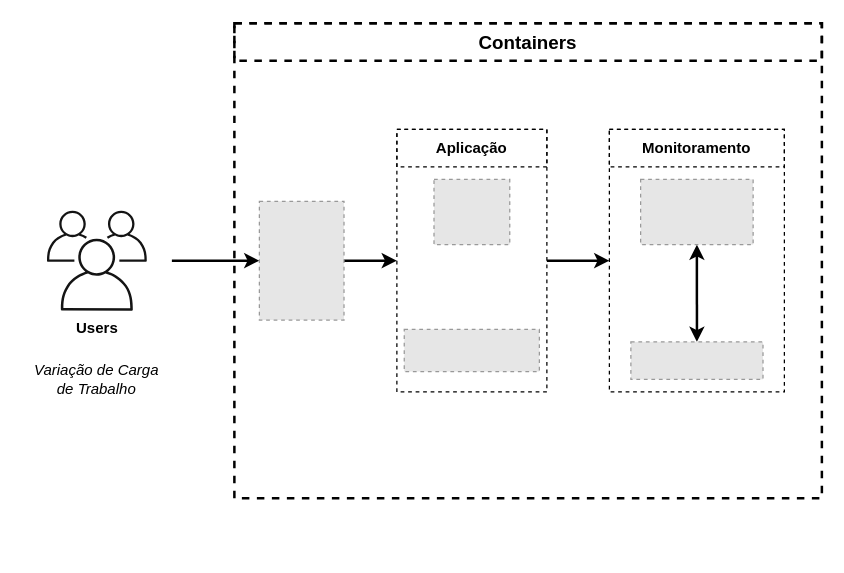
rodrigodg1/SSC5872-avaliacao-desempenho keeps this draw.io diagram as diagrama.drawio. Above is the earlier version. Source tidied: cells renumbered, new cells numbered last; positions are measured from the earlier drawing's top-left corner, leaving out a move shared by most shapes. Both pictures are drawn from the tidied source at 125%, with x=0, y=0 at pixel (28, 22). Pictures stored in the file or linked from it are replaced by grey dashed boxes.
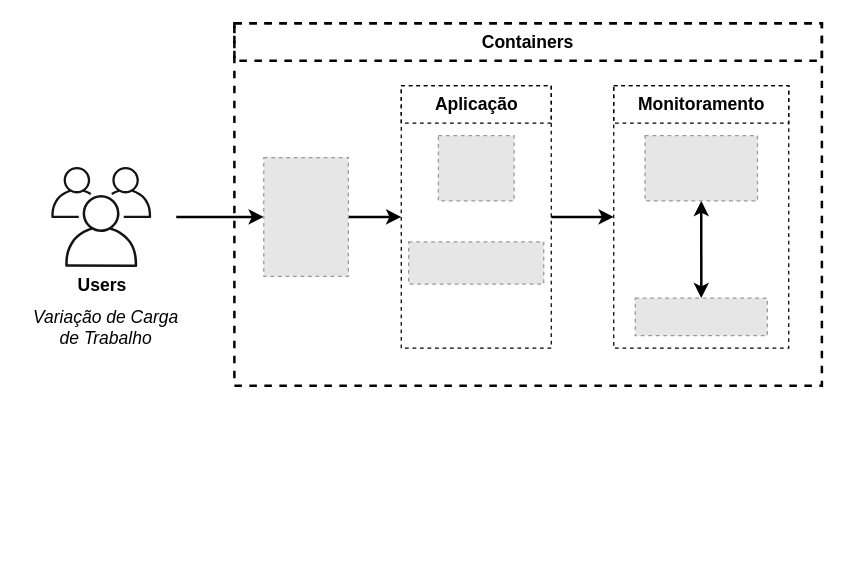
The same diagram, later.

Commit message (it also covers changes not shown here):
Add descriptions for Docker Compose containers

What changed in the source:
```diff
@@
-    <mxCell id="2" style="rounded=0;whiteSpace=wrap;html=1;strokeColor=#000000;fontColor=#000000;fillColor=none;gradientColor=none;strokeWidth=2;dashed=1;" parent="1" vertex="1">
-      <mxGeometry x="165" width="470" height="380" as="geometry" />
+    <mxCell id="2" style="rounded=0;whiteSpace=wrap;html=1;strokeColor=#000000;fontColor=#000000;fillColor=none;gradientColor=none;strokeWidth=2;dashed=1;fontSize=14;" parent="1" vertex="1">
+      <mxGeometry x="165" width="470" height="290" as="geometry" />
     </mxCell>
-    <mxCell id="3" style="edgeStyle=none;html=1;entryX=0;entryY=0.5;entryDx=0;entryDy=0;fontColor=#000000;strokeWidth=2;" parent="1" edge="1" target="6">
+    <mxCell id="3" style="edgeStyle=none;html=1;entryX=0;entryY=0.5;entryDx=0;entryDy=0;fontColor=#000000;strokeWidth=2;fontSize=14;" parent="1" edge="1" target="6">
       <mxGeometry relative="1" as="geometry">
-        <mxPoint x="115" y="190" as="sourcePoint" />
+        <mxPoint x="118.5" y="155" as="sourcePoint" />
       </mxGeometry>
     </mxCell>
-    <mxCell id="4" value="Users" style="sketch=0;strokeColor=#000000;fillColor=#141414;dashed=0;verticalLabelPosition=bottom;verticalAlign=top;align=center;html=1;fontSize=12;fontStyle=1;shape=mxgraph.aws4.illustration_users;" parent="1" vertex="1">
-      <mxGeometry x="15" y="150" width="80" height="80" as="geometry" />
+    <mxCell id="4" value="Users" style="sketch=0;strokeColor=#000000;fillColor=#141414;dashed=0;verticalLabelPosition=bottom;verticalAlign=top;align=center;html=1;fontSize=14;fontStyle=1;shape=mxgraph.aws4.illustration_users;" parent="1" vertex="1">
+      <mxGeometry x="18.5" y="115" width="80" height="80" as="geometry" />
     </mxCell>
-    <mxCell id="5" style="edgeStyle=none;html=1;exitX=1;exitY=0.5;exitDx=0;exitDy=0;entryX=0;entryY=0.5;entryDx=0;entryDy=0;strokeWidth=2;" parent="1" edge="1" source="6" target="16">
+    <mxCell id="5" style="edgeStyle=none;html=1;exitX=1;exitY=0.5;exitDx=0;exitDy=0;entryX=0;entryY=0.5;entryDx=0;entryDy=0;strokeWidth=2;fontSize=14;" parent="1" edge="1" source="6" target="16">
       <mxGeometry relative="1" as="geometry" />
     </mxCell>
-    <mxCell id="6" style="fillColor=#E6E6E6;strokeColor=#999999;dashed=1;verticalLabelPosition=bottom;labelBackgroundColor=default;verticalAlign=top;" parent="1" vertex="1">
-      <mxGeometry x="185" y="142.5" width="67.7" height="95" as="geometry" />
+    <mxCell id="6" style="fillColor=#E6E6E6;strokeColor=#999999;dashed=1;verticalLabelPosition=bottom;labelBackgroundColor=default;verticalAlign=top;fontSize=14;" parent="1" vertex="1">
+      <mxGeometry x="188.5" y="107.5" width="67.7" height="95" as="geometry" />
     </mxCell>
-    <mxCell id="7" value="Variação de Carga de Trabalho" style="text;html=1;strokeColor=none;fillColor=none;align=center;verticalAlign=middle;whiteSpace=wrap;rounded=0;dashed=1;fontColor=#000000;fontStyle=2;" parent="1" vertex="1">
-      <mxGeometry y="270" width="110" height="30" as="geometry" />
+    <mxCell id="7" value="Variação de Carga de Trabalho" style="text;html=1;strokeColor=none;fillColor=none;align=center;verticalAlign=middle;whiteSpace=wrap;rounded=0;dashed=1;fontColor=#000000;fontStyle=2;fontSize=14;" parent="1" vertex="1">
+      <mxGeometry x="-5" y="228" width="135" height="30" as="geometry" />
     </mxCell>
-    <mxCell id="8" value="&lt;font style=&quot;font-size: 15px;&quot;&gt;Containers&lt;/font&gt;" style="rounded=0;whiteSpace=wrap;html=1;strokeColor=#000000;fontColor=#000000;fillColor=none;gradientColor=none;strokeWidth=2;dashed=1;fontStyle=1;" parent="1" vertex="1">
+    <mxCell id="8" value="&lt;font style=&quot;font-size: 14px;&quot;&gt;Containers&lt;/font&gt;" style="rounded=0;whiteSpace=wrap;html=1;strokeColor=#000000;fontColor=#000000;fillColor=none;gradientColor=none;strokeWidth=2;dashed=1;fontStyle=1;fontSize=14;" parent="1" vertex="1">
       <mxGeometry x="165" width="470" height="30" as="geometry" />
     </mxCell>
-    <mxCell id="9" style="group;" parent="1" vertex="1">
-      <mxGeometry x="465" y="85" width="140" height="210" as="geometry" />
+    <mxCell id="9" style="group;fontSize=14;" parent="1" vertex="1">
+      <mxGeometry x="468.5" y="50" width="140" height="210" as="geometry" />
     </mxCell>
-    <mxCell id="10" style="rounded=0;whiteSpace=wrap;html=1;strokeColor=#000000;fontColor=#000000;fillColor=none;gradientColor=none;dashed=1;" parent="9" vertex="1">
+    <mxCell id="10" style="rounded=0;whiteSpace=wrap;html=1;strokeColor=#000000;fontColor=#000000;fillColor=none;gradientColor=none;dashed=1;fontSize=14;" parent="9" vertex="1">
       <mxGeometry width="140" height="210" as="geometry" />
     </mxCell>
-    <mxCell id="11" value="&lt;b&gt;Monitoramento&lt;/b&gt;" style="rounded=0;whiteSpace=wrap;html=1;strokeColor=#000000;fontColor=#000000;fillColor=none;gradientColor=none;dashed=1;" parent="9" vertex="1">
+    <mxCell id="11" value="&lt;b style=&quot;font-size: 14px;&quot;&gt;Monitoramento&lt;/b&gt;" style="rounded=0;whiteSpace=wrap;html=1;strokeColor=#000000;fontColor=#000000;fillColor=none;gradientColor=none;dashed=1;fontSize=14;" parent="9" vertex="1">
       <mxGeometry width="140" height="30" as="geometry" />
     </mxCell>
-    <mxCell id="12" style="fillColor=#E6E6E6;strokeColor=#999999;dashed=1;verticalLabelPosition=bottom;labelBackgroundColor=default;verticalAlign=top;" parent="9" vertex="1">
+    <mxCell id="12" style="fillColor=#E6E6E6;strokeColor=#999999;dashed=1;verticalLabelPosition=bottom;labelBackgroundColor=default;verticalAlign=top;fontSize=14;" parent="9" vertex="1">
       <mxGeometry x="17.2" y="170" width="105.7" height="30" as="geometry" />
     </mxCell>
-    <mxCell id="13" style="edgeStyle=none;html=1;exitX=0.5;exitY=1;exitDx=0;exitDy=0;entryX=0.5;entryY=0;entryDx=0;entryDy=0;strokeWidth=2;startArrow=classic;startFill=1;" parent="9" edge="1" source="14" target="12">
+    <mxCell id="13" style="edgeStyle=none;html=1;exitX=0.5;exitY=1;exitDx=0;exitDy=0;entryX=0.5;entryY=0;entryDx=0;entryDy=0;strokeWidth=2;startArrow=classic;startFill=1;fontSize=14;" parent="9" edge="1" source="14" target="12">
       <mxGeometry relative="1" as="geometry" />
     </mxCell>
-    <mxCell id="14" style="fillColor=#E6E6E6;strokeColor=#999999;dashed=1;verticalLabelPosition=bottom;labelBackgroundColor=default;verticalAlign=top;" parent="9" vertex="1">
+    <mxCell id="14" style="fillColor=#E6E6E6;strokeColor=#999999;dashed=1;verticalLabelPosition=bottom;labelBackgroundColor=default;verticalAlign=top;fontSize=14;" parent="9" vertex="1">
       <mxGeometry x="25" y="40" width="90" height="52.2" as="geometry" />
     </mxCell>
-    <mxCell id="15" style="group;" parent="1" vertex="1">
+    <mxCell id="15" style="group;fontSize=14;" parent="1" vertex="1">
       <mxGeometry x="305" y="80" width="152" height="342.2" as="geometry" />
     </mxCell>
-    <mxCell id="16" style="rounded=0;whiteSpace=wrap;html=1;strokeColor=#000000;fontColor=#000000;fillColor=none;gradientColor=none;dashed=1;" parent="15" vertex="1">
-      <mxGeometry x="-10" y="5" width="120" height="210" as="geometry" />
+    <mxCell id="16" style="rounded=0;whiteSpace=wrap;html=1;strokeColor=#000000;fontColor=#000000;fillColor=none;gradientColor=none;dashed=1;fontSize=14;" parent="15" vertex="1">
+      <mxGeometry x="-6.5" y="-30" width="120" height="210" as="geometry" />
     </mxCell>
-    <mxCell id="17" value="&lt;b&gt;Aplicação&lt;/b&gt;" style="rounded=0;whiteSpace=wrap;html=1;strokeColor=#000000;fontColor=#000000;fillColor=none;gradientColor=none;dashed=1;" parent="15" vertex="1">
-      <mxGeometry x="-10" y="5" width="120" height="30" as="geometry" />
+    <mxCell id="17" value="&lt;b style=&quot;font-size: 14px;&quot;&gt;Aplicação&lt;/b&gt;" style="rounded=0;whiteSpace=wrap;html=1;strokeColor=#000000;fontColor=#000000;fillColor=none;gradientColor=none;dashed=1;fontSize=14;" parent="15" vertex="1">
+      <mxGeometry x="-6.5" y="-30" width="120" height="30" as="geometry" />
     </mxCell>
-    <mxCell id="18" style="fillColor=#E6E6E6;strokeColor=#999999;dashed=1;verticalLabelPosition=bottom;labelBackgroundColor=default;verticalAlign=top;" parent="15" vertex="1">
-      <mxGeometry x="-4.1" y="165" width="108.1" height="33.7" as="geometry" />
+    <mxCell id="18" style="fillColor=#E6E6E6;strokeColor=#999999;dashed=1;verticalLabelPosition=bottom;labelBackgroundColor=default;verticalAlign=top;fontSize=14;" parent="15" vertex="1">
+      <mxGeometry x="-0.6" y="95" width="108.1" height="33.7" as="geometry" />
     </mxCell>
-    <mxCell id="19" style="fillColor=#E6E6E6;strokeColor=#999999;dashed=1;verticalLabelPosition=bottom;labelBackgroundColor=default;verticalAlign=top;" parent="15" vertex="1">
-      <mxGeometry x="19.7" y="45" width="60.6" height="52.2" as="geometry" />
+    <mxCell id="19" style="fillColor=#E6E6E6;strokeColor=#999999;dashed=1;verticalLabelPosition=bottom;labelBackgroundColor=default;verticalAlign=top;fontSize=14;" parent="15" vertex="1">
+      <mxGeometry x="23.2" y="10" width="60.6" height="52.2" as="geometry" />
     </mxCell>
-    <mxCell id="20" style="edgeStyle=none;html=1;exitX=1;exitY=0.5;exitDx=0;exitDy=0;entryX=0;entryY=0.5;entryDx=0;entryDy=0;strokeWidth=2;" parent="1" edge="1" source="16" target="10">
+    <mxCell id="20" style="edgeStyle=none;html=1;exitX=1;exitY=0.5;exitDx=0;exitDy=0;entryX=0;entryY=0.5;entryDx=0;entryDy=0;strokeWidth=2;fontSize=14;" parent="1" edge="1" source="16" target="10">
       <mxGeometry relative="1" as="geometry" />
     </mxCell>
```
